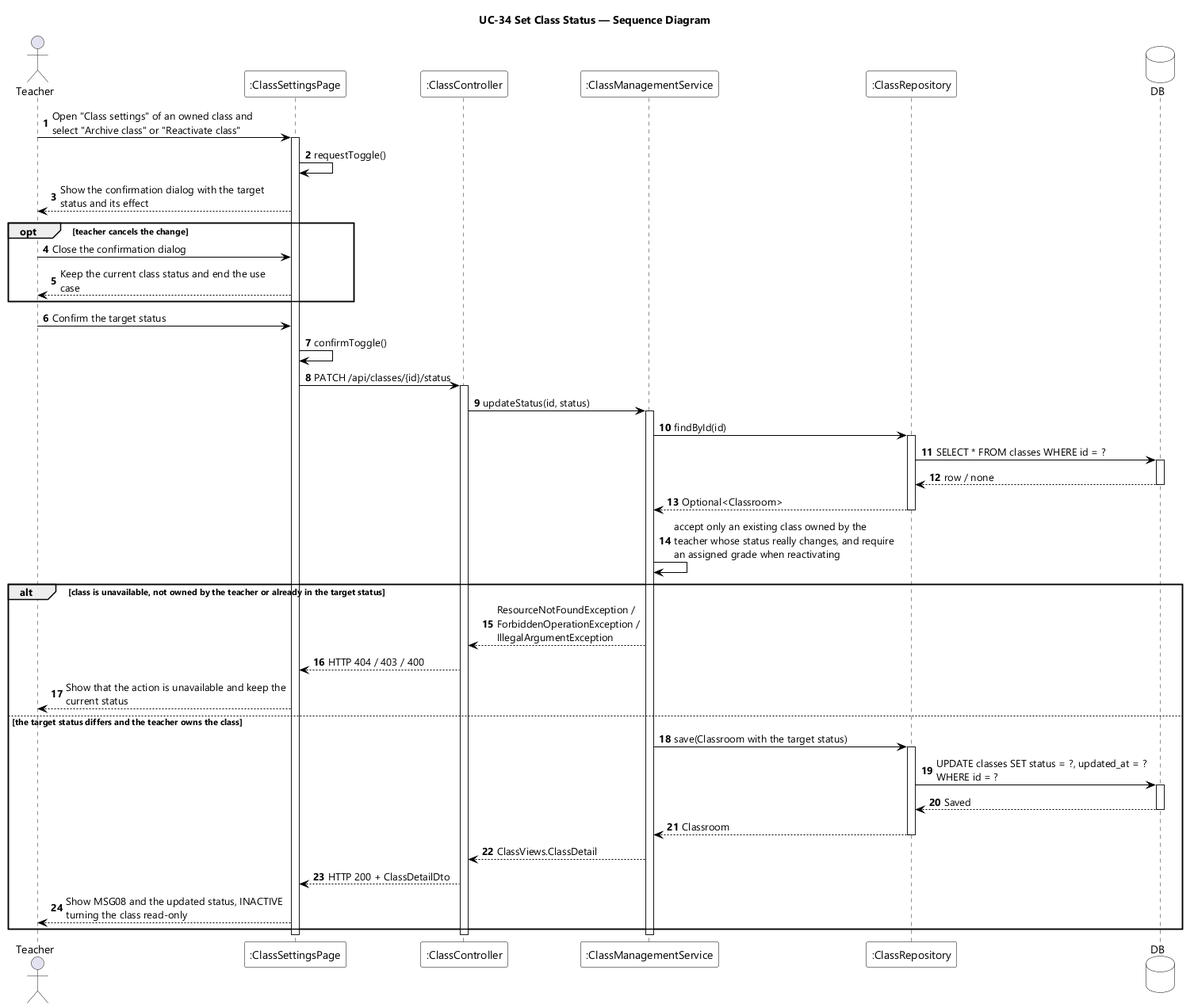
Earlier version of the PlantUML export designs/sds-diagrams/uc34/uc34-sequence-diagram.png (EduA-system/EduA-system).
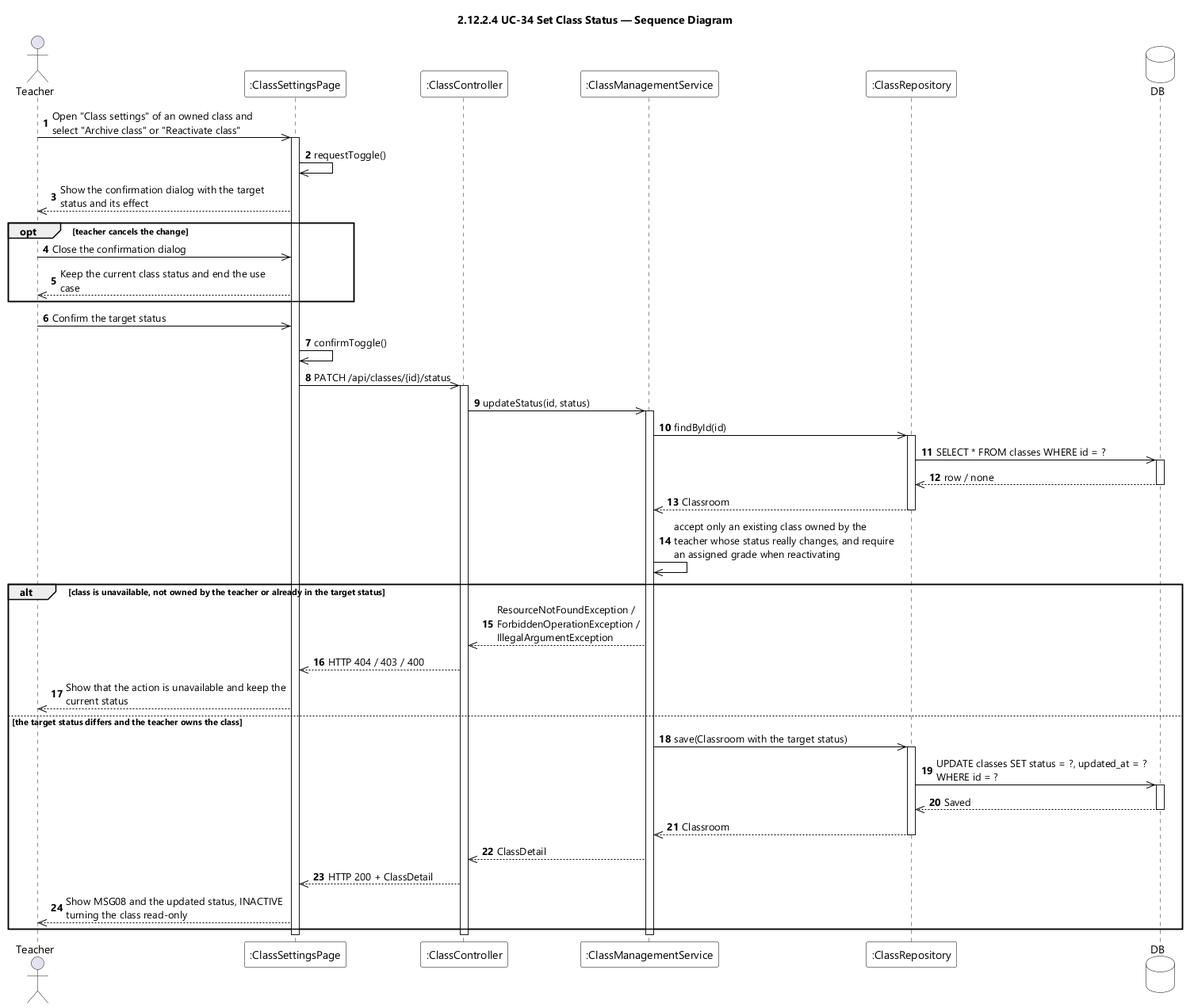
Later version of the same file.

Change to the diagram source:
```diff
@@ -9,7 +9,7 @@
 skinparam ArrowColor #000000
 skinparam sequenceMessageAlign left
 skinparam maxMessageSize 280
-title UC-34 Set Class Status — Sequence Diagram
+title 2.12.2.4 UC-34 Set Class Status — Sequence Diagram
 
 actor Teacher
 participant ":ClassSettingsPage" as UI
@@ -19,48 +19,48 @@
 database DB
 
 autonumber
-Teacher -> UI : Open "Class settings" of an owned class and select "Archive class" or "Reactivate class"
+Teacher ->> UI : Open "Class settings" of an owned class and select "Archive class" or "Reactivate class"
 activate UI
-UI -> UI : requestToggle()
-UI --> Teacher : Show the confirmation dialog with the target status and its effect
+UI ->> UI : requestToggle()
+UI -->> Teacher : Show the confirmation dialog with the target status and its effect
 
 opt teacher cancels the change
-  Teacher -> UI : Close the confirmation dialog
-  UI --> Teacher : Keep the current class status and end the use case
+  Teacher ->> UI : Close the confirmation dialog
+  UI -->> Teacher : Keep the current class status and end the use case
 end
 
-Teacher -> UI : Confirm the target status
-UI -> UI : confirmToggle()
-UI -> CTL : PATCH /api/classes/{id}/status
+Teacher ->> UI : Confirm the target status
+UI ->> UI : confirmToggle()
+UI ->> CTL : PATCH /api/classes/{id}/status
 activate CTL
-CTL -> SVC : updateStatus(id, status)
+CTL ->> SVC : updateStatus(id, status)
 activate SVC
-SVC -> REPO : findById(id)
+SVC ->> REPO : findById(id)
 activate REPO
-REPO -> DB : SELECT * FROM classes WHERE id = ?
+REPO ->> DB : SELECT * FROM classes WHERE id = ?
 activate DB
-DB --> REPO : row / none
+DB -->> REPO : row / none
 deactivate DB
-REPO --> SVC : Optional<Classroom>
+REPO -->> SVC : Classroom
 deactivate REPO
-SVC -> SVC : accept only an existing class owned by the teacher whose status really changes, and require an assigned grade when reactivating
+SVC ->> SVC : accept only an existing class owned by the teacher whose status really changes, and require an assigned grade when reactivating
 
 alt class is unavailable, not owned by the teacher or already in the target status
-  SVC --> CTL : ResourceNotFoundException / ForbiddenOperationException / IllegalArgumentException
-  CTL --> UI : HTTP 404 / 403 / 400
-  UI --> Teacher : Show that the action is unavailable and keep the current status
+  SVC -->> CTL : ResourceNotFoundException / ForbiddenOperationException / IllegalArgumentException
+  CTL -->> UI : HTTP 404 / 403 / 400
+  UI -->> Teacher : Show that the action is unavailable and keep the current status
 else the target status differs and the teacher owns the class
-  SVC -> REPO : save(Classroom with the target status)
+  SVC ->> REPO : save(Classroom with the target status)
   activate REPO
-  REPO -> DB : UPDATE classes SET status = ?, updated_at = ? WHERE id = ?
+  REPO ->> DB : UPDATE classes SET status = ?, updated_at = ? WHERE id = ?
   activate DB
-  DB --> REPO : Saved
+  DB -->> REPO : Saved
   deactivate DB
-  REPO --> SVC : Classroom
+  REPO -->> SVC : Classroom
   deactivate REPO
-  SVC --> CTL : ClassViews.ClassDetail
-  CTL --> UI : HTTP 200 + ClassDetailDto
-  UI --> Teacher : Show MSG08 and the updated status, INACTIVE turning the class read-only
+  SVC -->> CTL : ClassDetail
+  CTL -->> UI : HTTP 200 + ClassDetail
+  UI -->> Teacher : Show MSG08 and the updated status, INACTIVE turning the class read-only
 end
 deactivate SVC
 deactivate CTL
```
